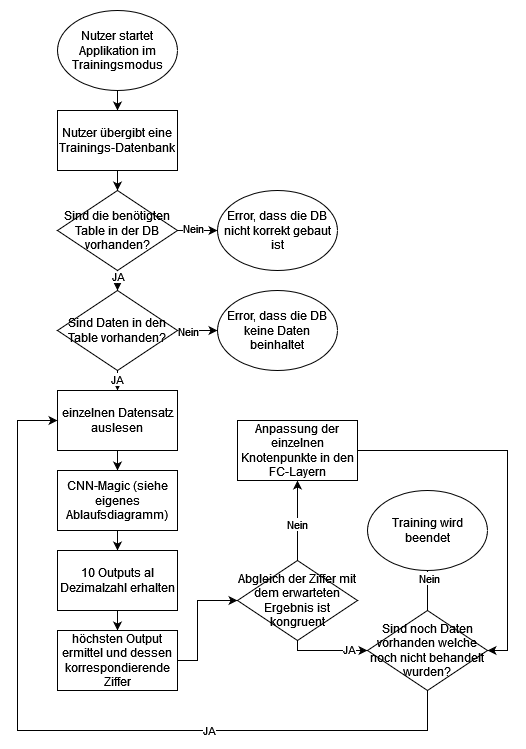
Above: Dokumentation/CKi/images/ablauf-training.png in MrS-E/CKi (draw.io), before the change. Source tidied: cells renumbered, new cells last; positions are measured from the earlier drawing's top-left corner, leaving out a move shared by most shapes.
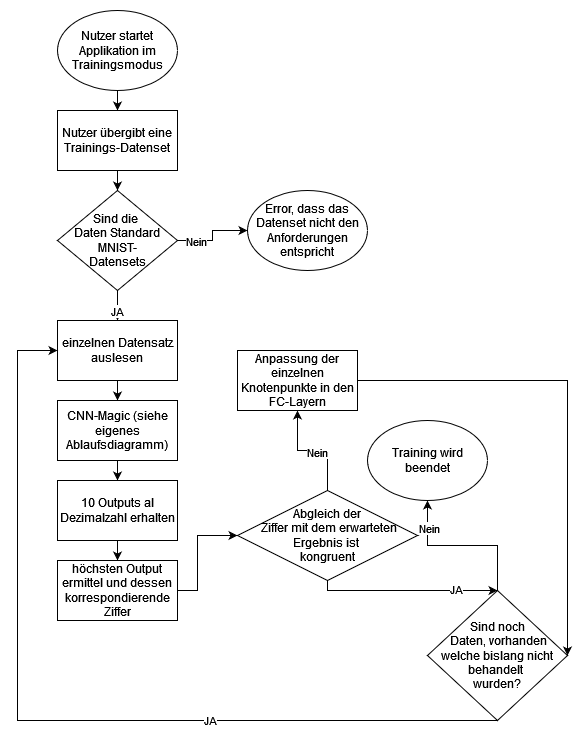
The same diagram one commit later.

Diff of the diagram source:
```diff
@@ -6,29 +6,14 @@
       <mxGeometry relative="1" as="geometry" />
     </mxCell>
     <mxCell id="3" value="Nutzer startet Applikation im Trainingsmodus" style="ellipse;whiteSpace=wrap;html=1;" parent="1" vertex="1">
-      <mxGeometry x="40" width="120" height="80" as="geometry" />
+      <mxGeometry x="40" y="70" width="120" height="80" as="geometry" />
     </mxCell>
-    <mxCell id="4" style="edgeStyle=orthogonalEdgeStyle;rounded=0;jettySize=auto;html=1;" parent="1" edge="1" source="5" target="10">
+    <mxCell id="4" style="edgeStyle=orthogonalEdgeStyle;rounded=0;jettySize=auto;html=1;entryX=0.5;entryY=0;entryDx=0;entryDy=0;" parent="1" edge="1" source="5" target="15">
       <mxGeometry relative="1" as="geometry" />
     </mxCell>
-    <mxCell id="5" value="Nutzer übergibt eine Trainings-Datenbank" style="whiteSpace=wrap;html=1;" parent="1" vertex="1">
-      <mxGeometry x="40" y="100" width="120" height="60" as="geometry" />
+    <mxCell id="5" value="Nutzer übergibt eine Trainings-Datenset" style="whiteSpace=wrap;html=1;" parent="1" vertex="1">
+      <mxGeometry x="40" y="170" width="120" height="60" as="geometry" />
     </mxCell>
-    <mxCell id="6" style="edgeStyle=orthogonalEdgeStyle;rounded=0;jettySize=auto;html=1;" parent="1" edge="1" source="10" target="15">
-      <mxGeometry relative="1" as="geometry" />
-    </mxCell>
-    <mxCell id="7" value="JA" style="edgeLabel;html=1;align=center;verticalAlign=middle;" parent="6" vertex="1">
-      <mxGeometry x="0.5" relative="1" as="geometry" />
-    </mxCell>
-    <mxCell id="8" style="edgeStyle=orthogonalEdgeStyle;rounded=0;jettySize=auto;html=1;exitX=1;exitY=0.5;exitDx=0;exitDy=0;entryX=0;entryY=0.5;entryDx=0;entryDy=0;" parent="1" edge="1" source="10" target="37">
-      <mxGeometry relative="1" as="geometry" />
-    </mxCell>
-    <mxCell id="9" value="Nein" style="edgeLabel;html=1;align=center;verticalAlign=middle;" parent="8" vertex="1">
-      <mxGeometry x="-0.25" y="3" relative="1" as="geometry" />
-    </mxCell>
-    <mxCell id="10" value="Sind die benötigten Table in der DB vorhanden?" style="rhombus;whiteSpace=wrap;html=1;" parent="1" vertex="1">
-      <mxGeometry x="40" y="180" width="120" height="80" as="geometry" />
-    </mxCell>
     <mxCell id="11" style="edgeStyle=orthogonalEdgeStyle;rounded=0;jettySize=auto;html=1;" parent="1" edge="1" source="15" target="17">
       <mxGeometry relative="1" as="geometry" />
     </mxCell>
@@ -43,8 +28,8 @@
         <mxPoint x="2" y="-1" as="offset" />
       </mxGeometry>
     </mxCell>
-    <mxCell id="15" value="Sind Daten in den Table vorhanden?" style="rhombus;whiteSpace=wrap;html=1;" parent="1" vertex="1">
-      <mxGeometry x="40" y="280" width="120" height="80" as="geometry" />
+    <mxCell id="15" value="&lt;div&gt;Sind die&amp;nbsp;&lt;/div&gt;&lt;div&gt;Daten Standard MNIST-&lt;/div&gt;&lt;div&gt;Datensets&lt;/div&gt;" style="rhombus;whiteSpace=wrap;html=1;" parent="1" vertex="1">
+      <mxGeometry x="40" y="250" width="120" height="100" as="geometry" />
     </mxCell>
     <mxCell id="16" style="edgeStyle=orthogonalEdgeStyle;rounded=0;jettySize=auto;html=1;" parent="1" edge="1" source="17" target="19">
       <mxGeometry relative="1" as="geometry" />
@@ -68,7 +53,7 @@
       <mxGeometry relative="1" as="geometry">
         <Array as="points">
           <mxPoint x="180" y="650" />
-          <mxPoint x="180" y="590" />
+          <mxPoint x="180" y="595" />
         </Array>
       </mxGeometry>
     </mxCell>
@@ -78,7 +63,7 @@
     <mxCell id="24" style="edgeStyle=orthogonalEdgeStyle;rounded=0;jettySize=auto;html=1;exitX=0.5;exitY=1;exitDx=0;exitDy=0;" parent="1" edge="1" source="28" target="33">
       <mxGeometry relative="1" as="geometry">
         <Array as="points">
-          <mxPoint x="280" y="640" />
+          <mxPoint x="310" y="650" />
         </Array>
       </mxGeometry>
     </mxCell>
@@ -91,14 +76,13 @@
     <mxCell id="27" value="Nein" style="edgeLabel;html=1;align=center;verticalAlign=middle;" parent="26" vertex="1">
       <mxGeometry x="-0.07" y="1" relative="1" as="geometry" />
     </mxCell>
-    <mxCell id="28" value="Abgleich der Ziffer mit dem erwarteten Ergebnis ist kongruent" style="rhombus;whiteSpace=wrap;html=1;" parent="1" vertex="1">
-      <mxGeometry x="220" y="550" width="120" height="80" as="geometry" />
+    <mxCell id="28" value="&lt;div&gt;Abgleich der&lt;/div&gt;&lt;div&gt;&amp;nbsp;Ziffer mit dem erwarteten Ergebnis ist&amp;nbsp;&lt;/div&gt;&lt;div&gt;kongruent&lt;/div&gt;" style="rhombus;whiteSpace=wrap;html=1;" parent="1" vertex="1">
+      <mxGeometry x="220" y="550" width="180" height="90" as="geometry" />
     </mxCell>
     <mxCell id="29" style="edgeStyle=orthogonalEdgeStyle;rounded=0;jettySize=auto;html=1;entryX=0;entryY=0.5;entryDx=0;entryDy=0;exitX=0.5;exitY=1;exitDx=0;exitDy=0;" parent="1" edge="1" source="33" target="17">
       <mxGeometry relative="1" as="geometry">
         <Array as="points">
-          <mxPoint x="410" y="720" />
-          <mxPoint y="720" />
+          <mxPoint y="780" />
           <mxPoint y="410" />
         </Array>
       </mxGeometry>
@@ -112,8 +96,8 @@
     <mxCell id="32" value="Nein" style="edgeLabel;html=1;align=center;verticalAlign=middle;" parent="31" vertex="1">
       <mxGeometry x="0.67" y="-1" relative="1" as="geometry" />
     </mxCell>
-    <mxCell id="33" value="Sind noch Daten vorhanden welche noch nicht behandelt wurden?" style="rhombus;whiteSpace=wrap;html=1;" parent="1" vertex="1">
-      <mxGeometry x="350" y="600" width="120" height="80" as="geometry" />
+    <mxCell id="33" value="&lt;div&gt;Sind noch&lt;/div&gt;&lt;div&gt;&amp;nbsp;Daten, vorhanden welche bislang nicht behandelt&amp;nbsp;&lt;/div&gt;&lt;div&gt;wurden?&lt;/div&gt;" style="rhombus;whiteSpace=wrap;html=1;" parent="1" vertex="1">
+      <mxGeometry x="410" y="650" width="140" height="130" as="geometry" />
     </mxCell>
     <mxCell id="34" value="Training wird beendet" style="ellipse;whiteSpace=wrap;html=1;" parent="1" vertex="1">
       <mxGeometry x="350" y="480" width="120" height="80" as="geometry" />
@@ -121,19 +105,15 @@
     <mxCell id="35" style="edgeStyle=orthogonalEdgeStyle;rounded=0;jettySize=auto;html=1;entryX=1;entryY=0.5;entryDx=0;entryDy=0;exitX=1;exitY=0.5;exitDx=0;exitDy=0;" parent="1" edge="1" source="36" target="33">
       <mxGeometry relative="1" as="geometry">
         <Array as="points">
-          <mxPoint x="490" y="440" />
-          <mxPoint x="490" y="640" />
+          <mxPoint x="550" y="440" />
         </Array>
       </mxGeometry>
     </mxCell>
     <mxCell id="36" value="Anpassung der einzelnen Knotenpunkte in den FC-Layern" style="whiteSpace=wrap;html=1;" parent="1" vertex="1">
       <mxGeometry x="220" y="410" width="120" height="60" as="geometry" />
     </mxCell>
-    <mxCell id="37" value="Error, dass die DB nicht korrekt gebaut ist" style="ellipse;whiteSpace=wrap;html=1;" parent="1" vertex="1">
-      <mxGeometry x="200" y="180" width="120" height="80" as="geometry" />
-    </mxCell>
-    <mxCell id="38" value="Error, dass die DB keine Daten beinhaltet" style="ellipse;whiteSpace=wrap;html=1;" parent="1" vertex="1">
-      <mxGeometry x="200" y="280" width="120" height="80" as="geometry" />
+    <mxCell id="38" value="Error, dass das Datenset nicht den Anforderungen entspricht" style="ellipse;whiteSpace=wrap;html=1;" parent="1" vertex="1">
+      <mxGeometry x="230" y="250" width="120" height="80" as="geometry" />
     </mxCell>
   </root>
 </mxGraphModel>
```
